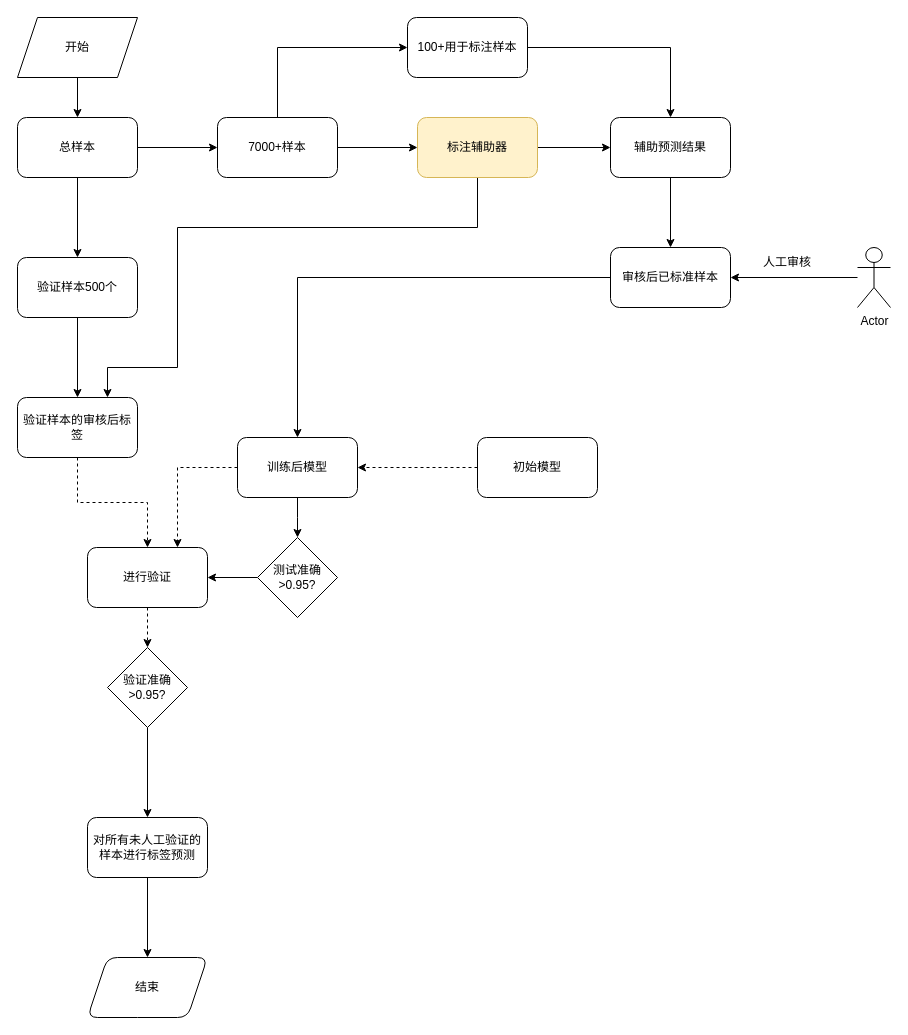
The draw.io diagram Untitled Diagram.drawio in brendonlin/myflowchart, before the edit. Source tidied: cells renumbered, new cells numbered last; positions are measured from the earlier drawing's top-left corner, leaving out a move shared by most shapes. Both pictures are drawn from the tidied source at 100%, with x=0, y=0 at pixel (17, 17).
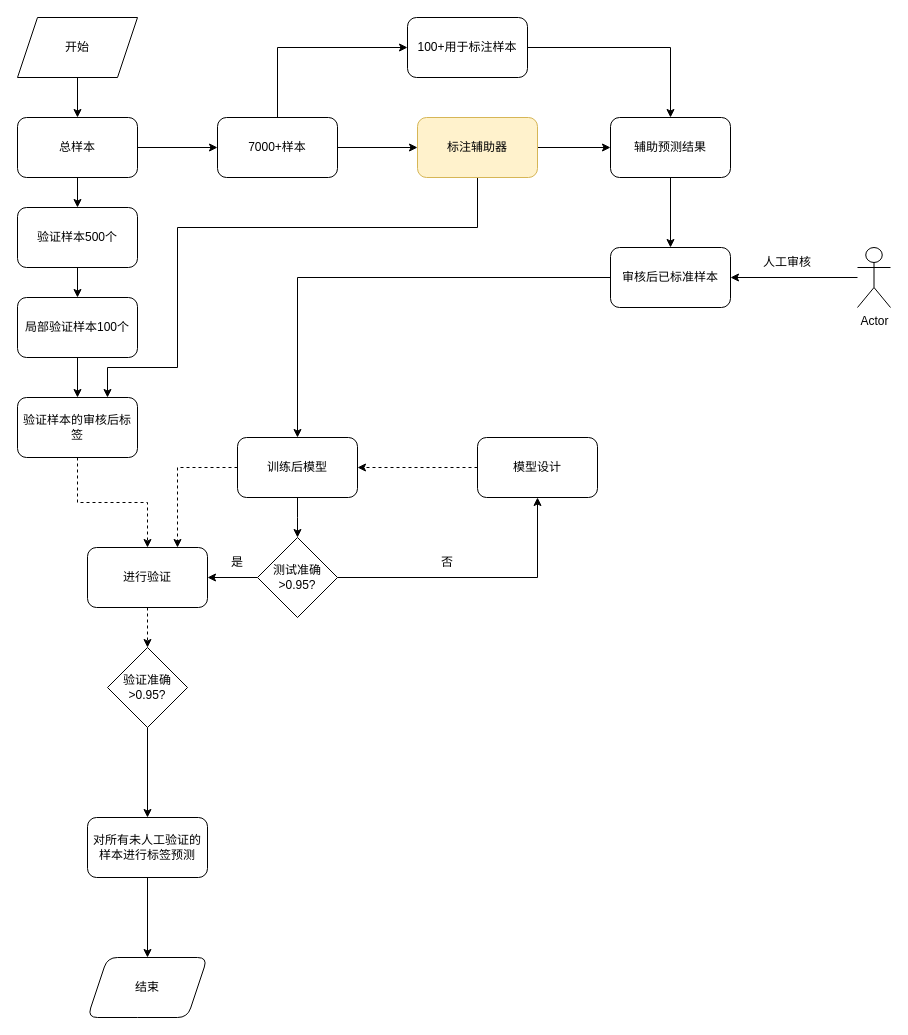
After the change.

Unchanged cells that the change refers to:
```xml
<mxCell id="24" value="测试准确&amp;gt;0.95?" style="rhombus;whiteSpace=wrap;html=1;" parent="1" vertex="1">
  <mxGeometry x="240" y="520" width="80" height="80" as="geometry" />
</mxCell>
<mxCell id="30" value="验证样本的审核后标签" style="whiteSpace=wrap;html=1;rounded=1;" parent="1" vertex="1">
  <mxGeometry y="380" width="120" height="60" as="geometry" />
</mxCell>
```

Change to the diagram source:
```diff
@@
-    <mxCell id="19" value="初始模型" style="rounded=1;whiteSpace=wrap;html=1;" parent="1" vertex="1">
+    <mxCell id="19" value="模型设计" style="rounded=1;whiteSpace=wrap;html=1;" parent="1" vertex="1">
       <mxGeometry x="460" y="420" width="120" height="60" as="geometry" />
     </mxCell>
@@
+    <mxCell id="40" style="edgeStyle=orthogonalEdgeStyle;rounded=0;jettySize=auto;html=1;entryX=0.5;entryY=1;entryDx=0;entryDy=0;" parent="1" edge="1" source="24" target="19">
+      <mxGeometry relative="1" as="geometry" />
+    </mxCell>
@@
-    <mxCell id="27" style="edgeStyle=orthogonalEdgeStyle;rounded=0;jettySize=auto;html=1;" parent="1" edge="1" source="28" target="30">
-      <mxGeometry relative="1" as="geometry" />
-    </mxCell>
+    <mxCell id="41" style="edgeStyle=orthogonalEdgeStyle;rounded=0;jettySize=auto;html=1;" parent="1" edge="1" source="28" target="45">
+      <mxGeometry relative="1" as="geometry" />
+    </mxCell>
     <mxCell id="28" value="验证样本500个" style="whiteSpace=wrap;html=1;rounded=1;" parent="1" vertex="1">
-      <mxGeometry y="240" width="120" height="60" as="geometry" />
+      <mxGeometry y="190" width="120" height="60" as="geometry" />
     </mxCell>
@@
+    <mxCell id="42" value="是" style="text;html=1;strokeColor=none;fillColor=none;align=center;verticalAlign=middle;whiteSpace=wrap;rounded=0;" parent="1" vertex="1">
+      <mxGeometry x="190" y="530" width="60" height="30" as="geometry" />
+    </mxCell>
+    <mxCell id="43" value="否" style="text;html=1;strokeColor=none;fillColor=none;align=center;verticalAlign=middle;whiteSpace=wrap;rounded=0;" parent="1" vertex="1">
+      <mxGeometry x="400" y="530" width="60" height="30" as="geometry" />
+    </mxCell>
+    <mxCell id="44" style="edgeStyle=orthogonalEdgeStyle;rounded=0;jettySize=auto;html=1;entryX=0.5;entryY=0;entryDx=0;entryDy=0;" parent="1" edge="1" source="45" target="30">
+      <mxGeometry relative="1" as="geometry" />
+    </mxCell>
+    <mxCell id="45" value="局部验证样本100个" style="whiteSpace=wrap;html=1;rounded=1;" parent="1" vertex="1">
+      <mxGeometry y="280" width="120" height="60" as="geometry" />
+    </mxCell>
```
